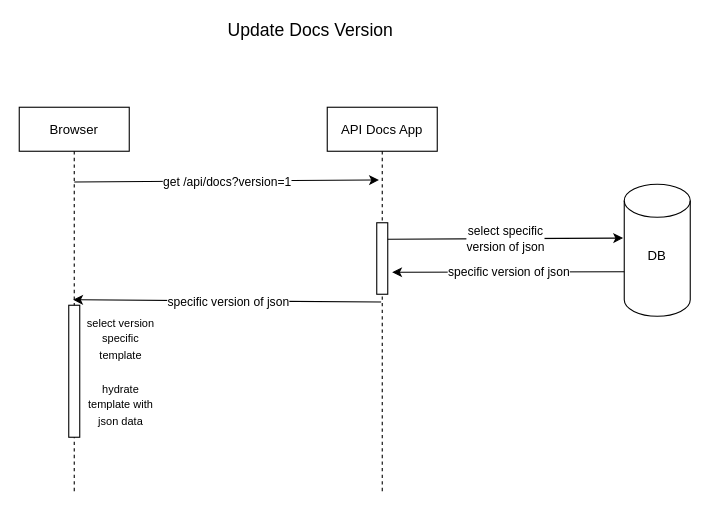
The draw.io diagram ReChargeApiDocs/Update Docs Version.drawio in alexrsunrise/diagrams, before the edit. Source tidied: cells renumbered, new cells numbered last; positions are measured from the earlier drawing's top-left corner, leaving out a move shared by most shapes. Both pictures are drawn from the tidied source at 110%, with x=0, y=0 at pixel (19, 19).
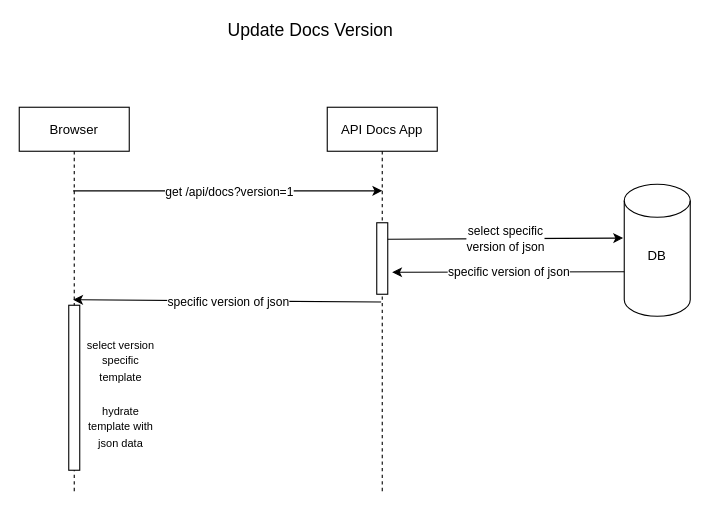
The same diagram, later.

Unchanged cells that the change refers to:
```xml
<mxCell id="2" value="Browser" style="shape=umlLifeline;perimeter=lifelinePerimeter;rounded=0;shadow=0;strokeWidth=1;" parent="1" vertex="1">
  <mxGeometry y="80" width="100" height="350" as="geometry" />
</mxCell>
<mxCell id="3" value="API Docs App" style="shape=umlLifeline;perimeter=lifelinePerimeter;rounded=0;shadow=0;strokeWidth=1;" parent="1" vertex="1">
  <mxGeometry x="280" y="80" width="100" height="350" as="geometry" />
</mxCell>
```

The edit, as a diff of the source:
```diff
@@
     <mxCell id="14" style="rounded=0;whiteSpace=wrap;html=1;" parent="1" vertex="1">
-      <mxGeometry x="45" y="260" width="10" height="120" as="geometry" />
+      <mxGeometry x="45" y="260" width="10" height="150" as="geometry" />
     </mxCell>
     <mxCell id="15" value="&lt;font style=&quot;font-size: 10px&quot;&gt;hydrate template with json data&lt;/font&gt;" style="text;html=1;strokeColor=none;fillColor=none;align=center;verticalAlign=middle;whiteSpace=wrap;rounded=0;" parent="1" vertex="1">
-      <mxGeometry x="55" y="340" width="75" height="20" as="geometry" />
+      <mxGeometry x="55" y="360" width="75" height="20" as="geometry" />
     </mxCell>
-    <mxCell id="16" style="endArrow=classic;html=1;entryX=0.47;entryY=0.189;entryDx=0;entryDy=0;entryPerimeter=0;exitX=0.5;exitY=0.194;exitDx=0;exitDy=0;exitPerimeter=0;" parent="1" edge="1" source="2" target="3">
-      <mxGeometry relative="1" as="geometry" />
+    <mxCell id="16" style="endArrow=classic;html=1;entryX=0.48;entryY=0.217;entryDx=0;entryDy=0;entryPerimeter=0;" parent="1" edge="1">
+      <mxGeometry relative="1" as="geometry">
+        <mxPoint x="49" y="156" as="sourcePoint" />
+        <mxPoint x="330" y="156" as="targetPoint" />
+      </mxGeometry>
     </mxCell>
@@
     <mxCell id="18" value="&lt;font style=&quot;font-size: 10px&quot;&gt;select version&lt;br&gt;specific template&lt;br&gt;&lt;/font&gt;" style="text;html=1;strokeColor=none;fillColor=none;align=center;verticalAlign=middle;whiteSpace=wrap;rounded=0;" parent="1" vertex="1">
-      <mxGeometry x="55" y="280" width="75" height="20" as="geometry" />
+      <mxGeometry x="55" y="300" width="75" height="20" as="geometry" />
     </mxCell>
```
